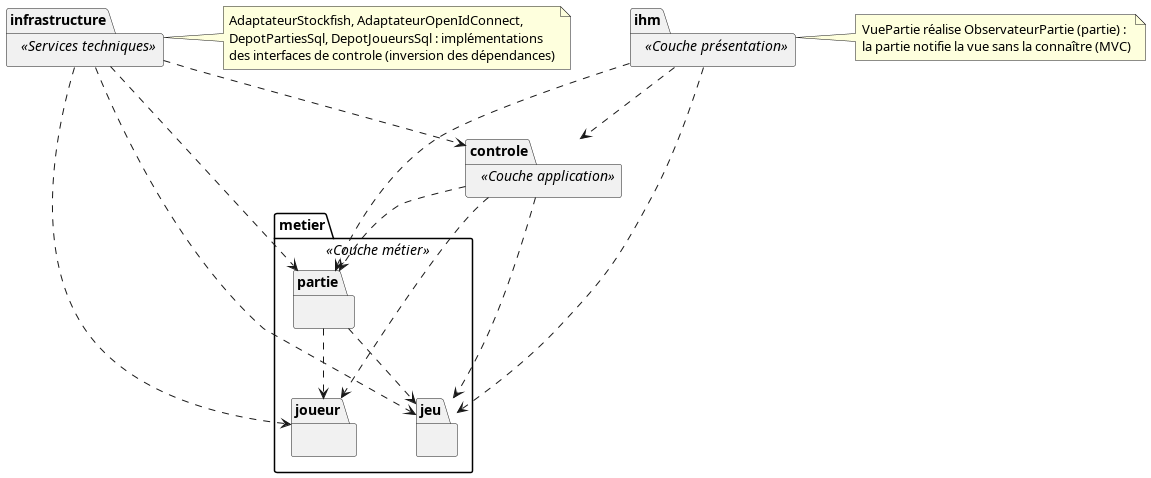
kevinBissouth/projet_echecs_tic315 keeps this PlantUML diagram as diagrams/packages-architecture.png. Above is the earlier version.
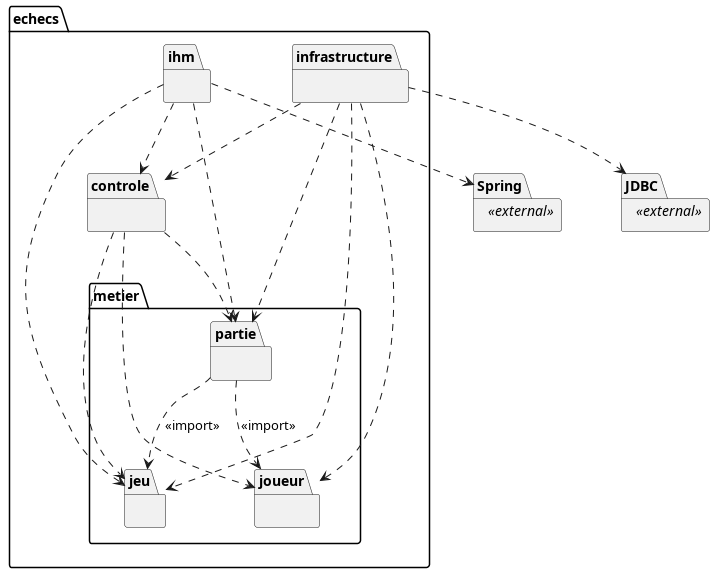
Above is the later version.

Commit message:
docs: align architecture diagrams with the course figures

Change to the diagram source:
```diff
@@ -1,49 +1,43 @@
 @startuml packages-architecture
 
-skinparam packageStyle folder
 skinparam nodesep 60
 skinparam ranksep 70
 
-package ihm <<Couche présentation>> {
-}
-
-package controle <<Couche application>> {
-}
-
-package metier <<Couche métier>> {
-  package partie {
+package echecs {
+  package ihm {
   }
-  package jeu {
+  package controle {
   }
-  package joueur {
+  package infrastructure {
+  }
+  package metier {
+    package partie {
+    }
+    package jeu {
+    }
+    package joueur {
+    }
   }
 }
 
-package infrastructure <<Services techniques>> {
+package Spring <<external>> {
+}
+package JDBC <<external>> {
 }
 
 ihm ..> controle
 ihm ..> partie
 ihm ..> jeu
+ihm ..> Spring
 controle ..> partie
 controle ..> jeu
 controle ..> joueur
-partie ..> jeu
-partie ..> joueur
+partie ..> jeu : <<import>>
+partie ..> joueur : <<import>>
 infrastructure ..> controle
 infrastructure ..> partie
 infrastructure ..> jeu
 infrastructure ..> joueur
-
-note right of infrastructure
-  AdaptateurStockfish, AdaptateurOpenIdConnect,
-  DepotPartiesSql, DepotJoueursSql : implémentations
-  des interfaces de controle (inversion des dépendances)
-end note
-
-note right of ihm
-  VuePartie réalise ObservateurPartie (partie) :
-  la partie notifie la vue sans la connaître (MVC)
-end note
+infrastructure ..> JDBC
 
 @enduml
```
